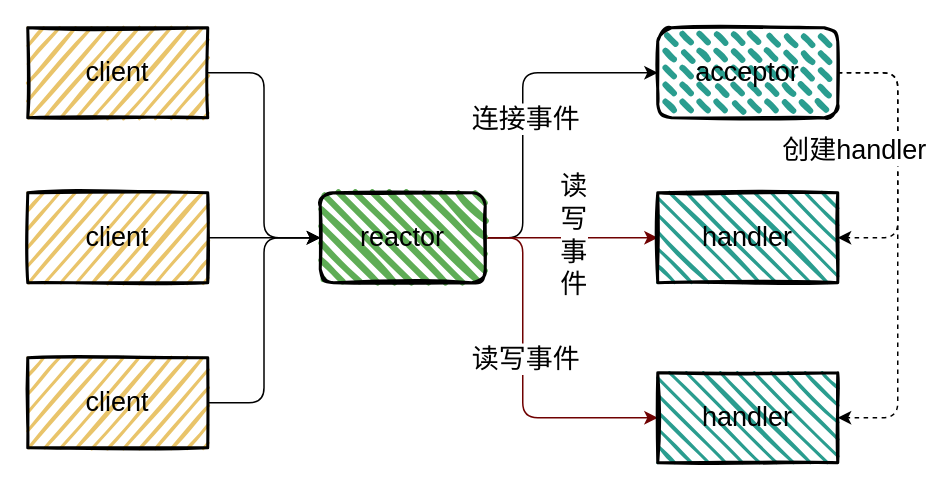
This is page "reactor" (5 of 29) of redis/redis.drawio from boilingfrog/Go-POINT, a draw.io file, before an edit. Source tidied: cells renumbered, new cells numbered last; positions are measured from the earlier drawing's top-left corner, leaving out a move shared by most shapes. Both pictures are drawn from the tidied source at 150%, with x=0, y=0 at pixel (27, 27).
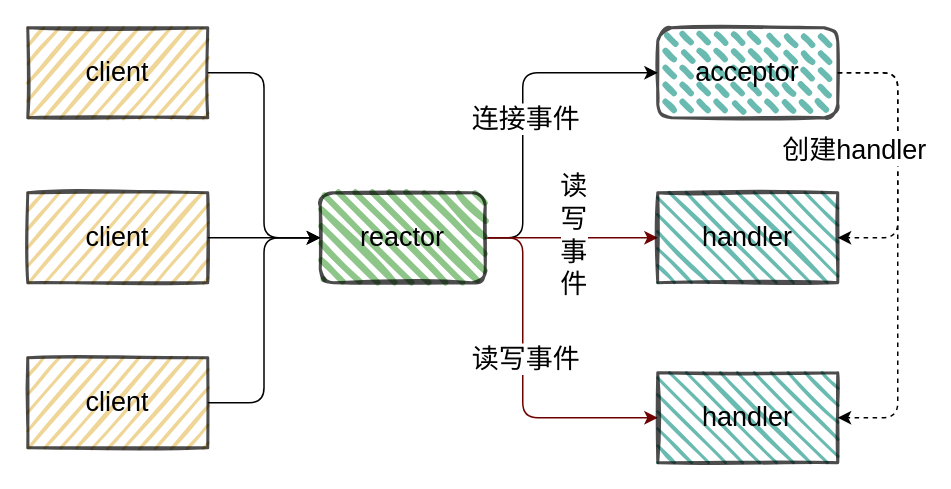
After the change.

Diff of the diagram source:
```diff
@@
-    <mxCell id="3" value="&lt;font style=&quot;font-size: 18px&quot;&gt;client&lt;/font&gt;" style="rounded=0;whiteSpace=wrap;html=1;fontFamily=Helvetica;fontSize=12;fontColor=default;strokeColor=default;fillColor=#E9C46A;strokeWidth=2;fillWeight=2;hachureGap=8;fillStyle=dots;sketch=1;" parent="1" vertex="1">
+    <mxCell id="3" value="&lt;font style=&quot;font-size: 18px&quot;&gt;client&lt;/font&gt;" style="rounded=0;whiteSpace=wrap;html=1;fontFamily=Helvetica;fontSize=12;fontColor=default;strokeColor=default;fillColor=#E9C46A;strokeWidth=2;fillWeight=2;hachureGap=8;fillStyle=dots;sketch=1;opacity=70;" parent="1" vertex="1">
       <mxGeometry width="120" height="60" as="geometry" />
     </mxCell>
@@
-    <mxCell id="10" value="&lt;font style=&quot;font-size: 18px&quot;&gt;reactor&lt;/font&gt;" style="rounded=1;whiteSpace=wrap;html=1;strokeWidth=2;fillWeight=4;hachureGap=8;hachureAngle=45;fillColor=#5FAD56;sketch=1;fontSize=16;" parent="1" vertex="1">
+    <mxCell id="10" value="&lt;font style=&quot;font-size: 18px&quot;&gt;reactor&lt;/font&gt;" style="rounded=1;whiteSpace=wrap;html=1;strokeWidth=2;fillWeight=4;hachureGap=8;hachureAngle=45;fillColor=#5FAD56;sketch=1;fontSize=16;opacity=70;" parent="1" vertex="1">
       <mxGeometry x="195" y="110" width="110" height="60" as="geometry" />
     </mxCell>
@@
-    <mxCell id="14" value="&lt;font style=&quot;font-size: 18px&quot;&gt;acceptor&lt;/font&gt;" style="rounded=1;whiteSpace=wrap;html=1;fontFamily=Helvetica;fontSize=16;fontColor=default;strokeColor=default;fillColor=#2A9D8F;strokeWidth=2;fillWeight=4;hachureGap=8;fillStyle=dashed;sketch=1;hachureAngle=45;" parent="1" vertex="1">
+    <mxCell id="14" value="&lt;font style=&quot;font-size: 18px&quot;&gt;acceptor&lt;/font&gt;" style="rounded=1;whiteSpace=wrap;html=1;fontFamily=Helvetica;fontSize=16;fontColor=default;strokeColor=default;fillColor=#2A9D8F;strokeWidth=2;fillWeight=4;hachureGap=8;fillStyle=dashed;sketch=1;hachureAngle=45;opacity=70;" parent="1" vertex="1">
       <mxGeometry x="420" width="120" height="60" as="geometry" />
     </mxCell>
-    <mxCell id="15" value="&lt;font style=&quot;font-size: 18px&quot;&gt;handler&lt;/font&gt;" style="rounded=0;whiteSpace=wrap;html=1;fontFamily=Helvetica;fontSize=12;fontColor=default;strokeColor=default;fillColor=#2A9D8F;strokeWidth=2;fillWeight=2;hachureGap=8;fillStyle=dots;sketch=1;hachureAngle=45;" parent="1" vertex="1">
+    <mxCell id="15" value="&lt;font style=&quot;font-size: 18px&quot;&gt;handler&lt;/font&gt;" style="rounded=0;whiteSpace=wrap;html=1;fontFamily=Helvetica;fontSize=12;fontColor=default;strokeColor=default;fillColor=#2A9D8F;strokeWidth=2;fillWeight=2;hachureGap=8;fillStyle=dots;sketch=1;hachureAngle=45;opacity=70;" parent="1" vertex="1">
       <mxGeometry x="420" y="110" width="120" height="60" as="geometry" />
     </mxCell>
-    <mxCell id="16" value="&lt;font style=&quot;font-size: 18px&quot;&gt;handler&lt;/font&gt;" style="rounded=0;whiteSpace=wrap;html=1;fontFamily=Helvetica;fontSize=12;fontColor=default;strokeColor=default;fillColor=#2A9D8F;strokeWidth=2;fillWeight=2;hachureGap=8;fillStyle=dots;sketch=1;hachureAngle=45;" parent="1" vertex="1">
+    <mxCell id="16" value="&lt;font style=&quot;font-size: 18px&quot;&gt;handler&lt;/font&gt;" style="rounded=0;whiteSpace=wrap;html=1;fontFamily=Helvetica;fontSize=12;fontColor=default;strokeColor=default;fillColor=#2A9D8F;strokeWidth=2;fillWeight=2;hachureGap=8;fillStyle=dots;sketch=1;hachureAngle=45;opacity=70;" parent="1" vertex="1">
       <mxGeometry x="420" y="230" width="120" height="60" as="geometry" />
     </mxCell>
@@
-    <mxCell id="18" value="&lt;font style=&quot;font-size: 18px&quot;&gt;client&lt;/font&gt;" style="rounded=0;whiteSpace=wrap;html=1;fontFamily=Helvetica;fontSize=12;fontColor=default;strokeColor=default;fillColor=#E9C46A;strokeWidth=2;fillWeight=2;hachureGap=8;fillStyle=dots;sketch=1;" parent="1" vertex="1">
+    <mxCell id="18" value="&lt;font style=&quot;font-size: 18px&quot;&gt;client&lt;/font&gt;" style="rounded=0;whiteSpace=wrap;html=1;fontFamily=Helvetica;fontSize=12;fontColor=default;strokeColor=default;fillColor=#E9C46A;strokeWidth=2;fillWeight=2;hachureGap=8;fillStyle=dots;sketch=1;opacity=70;" parent="1" vertex="1">
       <mxGeometry y="110" width="120" height="60" as="geometry" />
     </mxCell>
@@
-    <mxCell id="20" value="&lt;font style=&quot;font-size: 18px&quot;&gt;client&lt;/font&gt;" style="rounded=0;whiteSpace=wrap;html=1;fontFamily=Helvetica;fontSize=12;fontColor=default;strokeColor=default;fillColor=#E9C46A;strokeWidth=2;fillWeight=2;hachureGap=8;fillStyle=dots;sketch=1;" parent="1" vertex="1">
+    <mxCell id="20" value="&lt;font style=&quot;font-size: 18px&quot;&gt;client&lt;/font&gt;" style="rounded=0;whiteSpace=wrap;html=1;fontFamily=Helvetica;fontSize=12;fontColor=default;strokeColor=default;fillColor=#E9C46A;strokeWidth=2;fillWeight=2;hachureGap=8;fillStyle=dots;sketch=1;opacity=70;" parent="1" vertex="1">
       <mxGeometry y="220" width="120" height="60" as="geometry" />
     </mxCell>
```
